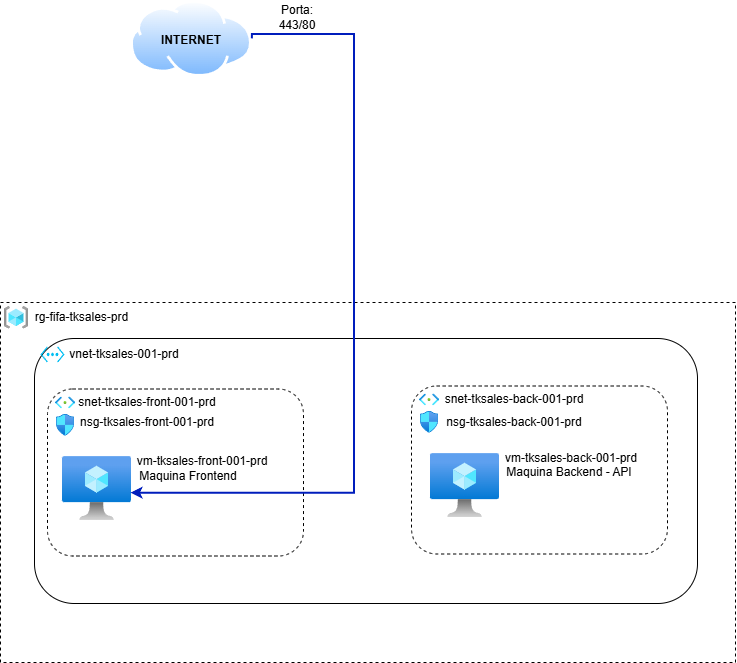
Passos-Gabriel/Copa-Azure-TFTEC-2026 keeps this draw.io diagram as Arquitetura Projeto/Arquitetura Copa do Mundo Azure TFTEC 2026.drawio.png. Above is the earlier version. Source tidied: cells renumbered, new cells last; positions are measured from the earlier drawing's top-left corner, leaving out a move shared by most shapes.
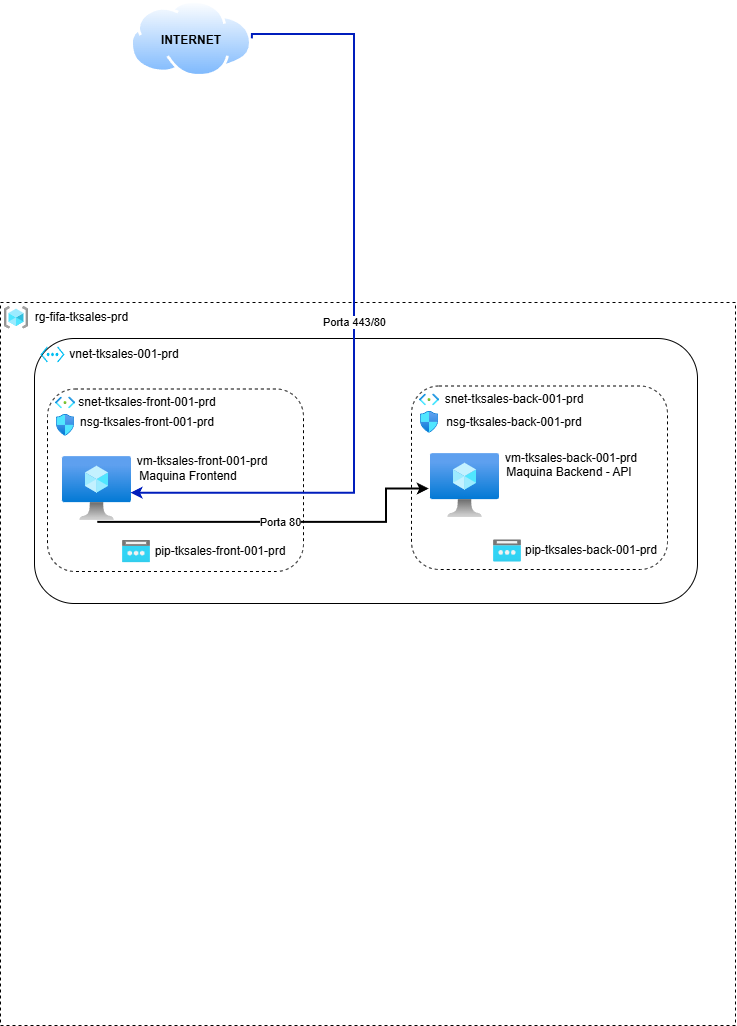
The same file after the commit.

The edit, as a diff of the source:
```diff
@@ -3,13 +3,13 @@
     <mxCell id="0" />
     <mxCell id="1" parent="0" />
     <mxCell id="2" style="rounded=0;whiteSpace=wrap;html=1;dashed=1;fillColor=none;" parent="1" vertex="1">
-      <mxGeometry y="302" width="735" height="360" as="geometry" />
+      <mxGeometry y="302" width="735" height="723" as="geometry" />
     </mxCell>
     <mxCell id="3" style="rounded=1;whiteSpace=wrap;html=1;fillColor=none;" parent="1" vertex="1">
       <mxGeometry x="34" y="338" width="663" height="265" as="geometry" />
     </mxCell>
     <mxCell id="4" style="rounded=1;whiteSpace=wrap;html=1;dashed=1;fillColor=none;" parent="1" vertex="1">
-      <mxGeometry x="47" y="388.5" width="256" height="167" as="geometry" />
+      <mxGeometry x="47" y="388.5" width="256" height="182.5" as="geometry" />
     </mxCell>
     <mxCell id="5" style="verticalLabelPosition=bottom;html=1;verticalAlign=top;align=center;strokeColor=none;fillColor=#00BEF2;shape=mxgraph.azure.virtual_network;" parent="1" vertex="1">
       <mxGeometry x="40" y="346" width="24" height="16" as="geometry" />
@@ -30,7 +30,7 @@
       <mxGeometry x="75" y="396.5" width="144" height="11" as="geometry" />
     </mxCell>
     <mxCell id="11" style="rounded=1;whiteSpace=wrap;html=1;dashed=1;fillColor=none;" parent="1" vertex="1">
-      <mxGeometry x="411" y="385.5" width="256" height="168" as="geometry" />
+      <mxGeometry x="411" y="385.5" width="256" height="183.5" as="geometry" />
     </mxCell>
     <mxCell id="12" style="image;html=1;align=center;fontSize=12;image=img/lib/azure2/networking/Subnet.svg;" parent="1" vertex="1">
       <mxGeometry x="419" y="393.5" width="20" height="12" as="geometry" />
@@ -74,7 +74,7 @@
     <mxCell id="25" value="&lt;font style=&quot;color: light-dark(rgb(0, 0, 0), rgb(0, 0, 0));&quot;&gt;INTERNET&lt;/font&gt;" style="text;html=1;whiteSpace=wrap;strokeColor=none;fillColor=none;align=center;verticalAlign=middle;rounded=0;fontStyle=1;" parent="1" vertex="1">
       <mxGeometry x="160.9" y="25" width="60" height="30" as="geometry" />
     </mxCell>
-    <mxCell id="26" style="edgeStyle=orthogonalEdgeStyle;rounded=0;jettySize=auto;html=1;exitX=1;exitY=0.5;exitDx=0;exitDy=0;entryX=0.993;entryY=0.573;entryDx=0;entryDy=0;entryPerimeter=0;fillColor=#0050ef;strokeColor=light-dark(#001DBC,#66B2FF);strokeWidth=2;" parent="1" edge="1" source="24" target="14">
+    <mxCell id="26" value="Porta 443/80" style="edgeStyle=orthogonalEdgeStyle;rounded=0;jettySize=auto;html=1;exitX=1;exitY=0.5;exitDx=0;exitDy=0;entryX=0.993;entryY=0.573;entryDx=0;entryDy=0;entryPerimeter=0;fillColor=#0050ef;strokeColor=light-dark(#001DBC,#66B2FF);strokeWidth=2;fontColor=light-dark(#000000,#66B2FF);labelBackgroundColor=default;" parent="1" edge="1" source="24" target="14">
       <mxGeometry relative="1" as="geometry">
         <Array as="points">
           <mxPoint x="354" y="34" />
@@ -82,8 +82,25 @@
         </Array>
       </mxGeometry>
     </mxCell>
-    <mxCell id="27" value="Porta: 443/80" style="text;html=1;whiteSpace=wrap;strokeColor=none;fillColor=none;align=center;verticalAlign=middle;rounded=0;" parent="1" vertex="1">
-      <mxGeometry x="267" y="2" width="60" height="30" as="geometry" />
-    </mxCell>
+    <mxCell id="28" value="Porta 80" style="edgeStyle=orthogonalEdgeStyle;rounded=0;jettySize=auto;html=1;entryX=-0.017;entryY=0.555;entryDx=0;entryDy=0;entryPerimeter=0;exitX=0.51;exitY=1.029;exitDx=0;exitDy=0;exitPerimeter=0;strokeColor=light-dark(#000000,#6E5EFF);strokeWidth=2;fontColor=light-dark(#000000,#6E5EFF);labelBackgroundColor=default;" parent="1" edge="1" source="14" target="15">
+      <mxGeometry relative="1" as="geometry">
+        <Array as="points">
+          <mxPoint x="386" y="522" />
+          <mxPoint x="386" y="489" />
+        </Array>
+      </mxGeometry>
+    </mxCell>
+    <mxCell id="29" style="image;html=1;align=center;fontSize=12;image=img/lib/azure2/networking/Public_IP_Addresses.svg;" parent="1" vertex="1">
+      <mxGeometry x="122" y="540" width="28" height="22.4" as="geometry" />
+    </mxCell>
+    <mxCell id="30" value="pip-tksales-front-001-prd" style="text;html=1;whiteSpace=wrap;strokeColor=none;fillColor=none;align=center;verticalAlign=middle;rounded=0;" parent="1" vertex="1">
+      <mxGeometry x="150" y="545" width="140" height="11" as="geometry" />
+    </mxCell>
+    <mxCell id="31" style="image;html=1;align=center;fontSize=12;image=img/lib/azure2/networking/Public_IP_Addresses.svg;" parent="1" vertex="1">
+      <mxGeometry x="493" y="539.3" width="28" height="22.4" as="geometry" />
+    </mxCell>
+    <mxCell id="32" value="pip-tksales-back-001-prd" style="text;html=1;whiteSpace=wrap;strokeColor=none;fillColor=none;align=center;verticalAlign=middle;rounded=0;" parent="1" vertex="1">
+      <mxGeometry x="521" y="544.3" width="140" height="11" as="geometry" />
+    </mxCell>
   </root>
 </mxGraphModel>
```
